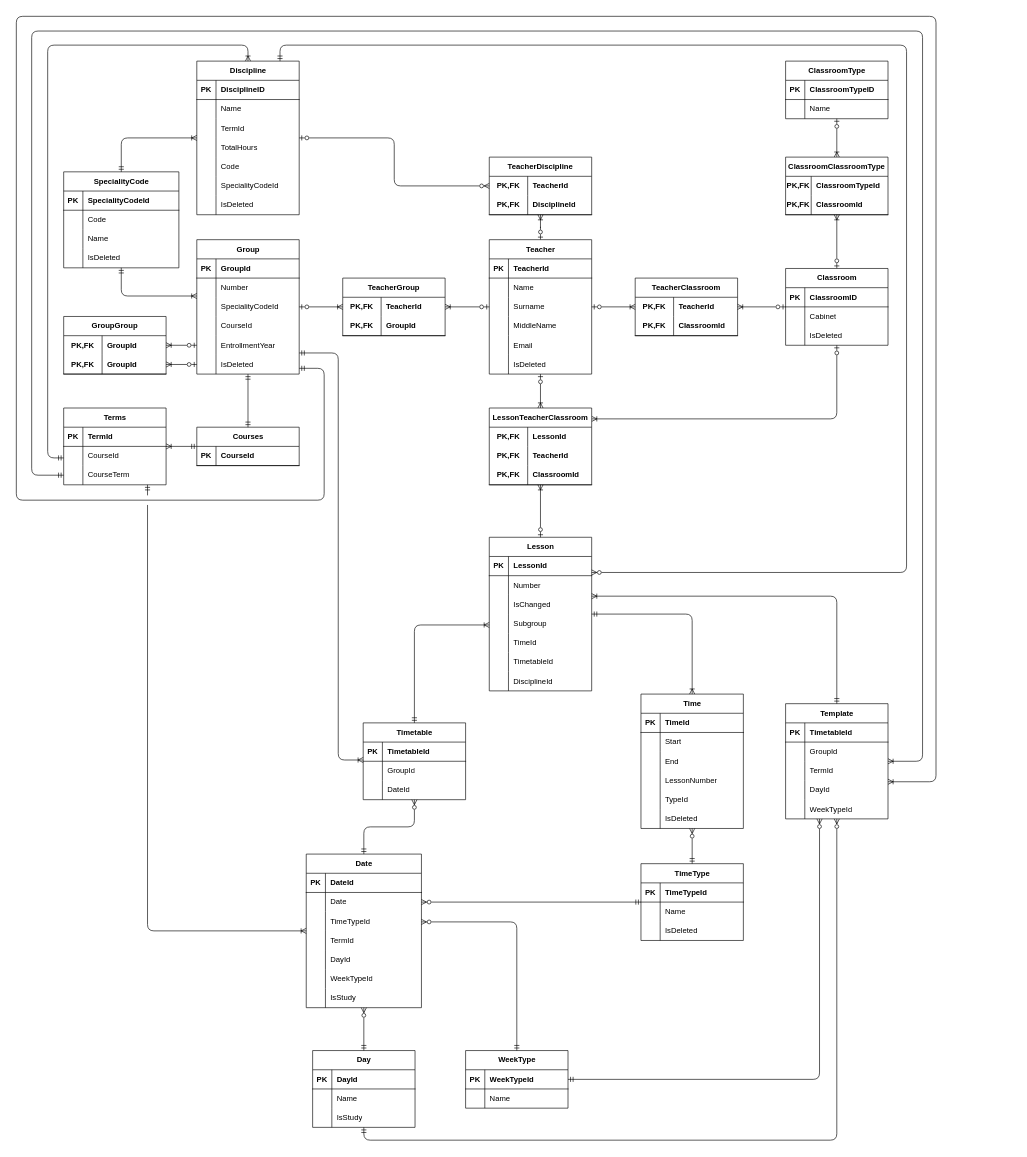
Above: Schedule.drawio in SV3TLuV/Schedule (draw.io), before the change. Source tidied: cells renumbered, new cells numbered last; positions are measured from the earlier drawing's top-left corner, leaving out a move shared by most shapes. Both pictures are drawn from the tidied source at 64%, with x=0, y=0 at pixel (16, 16).
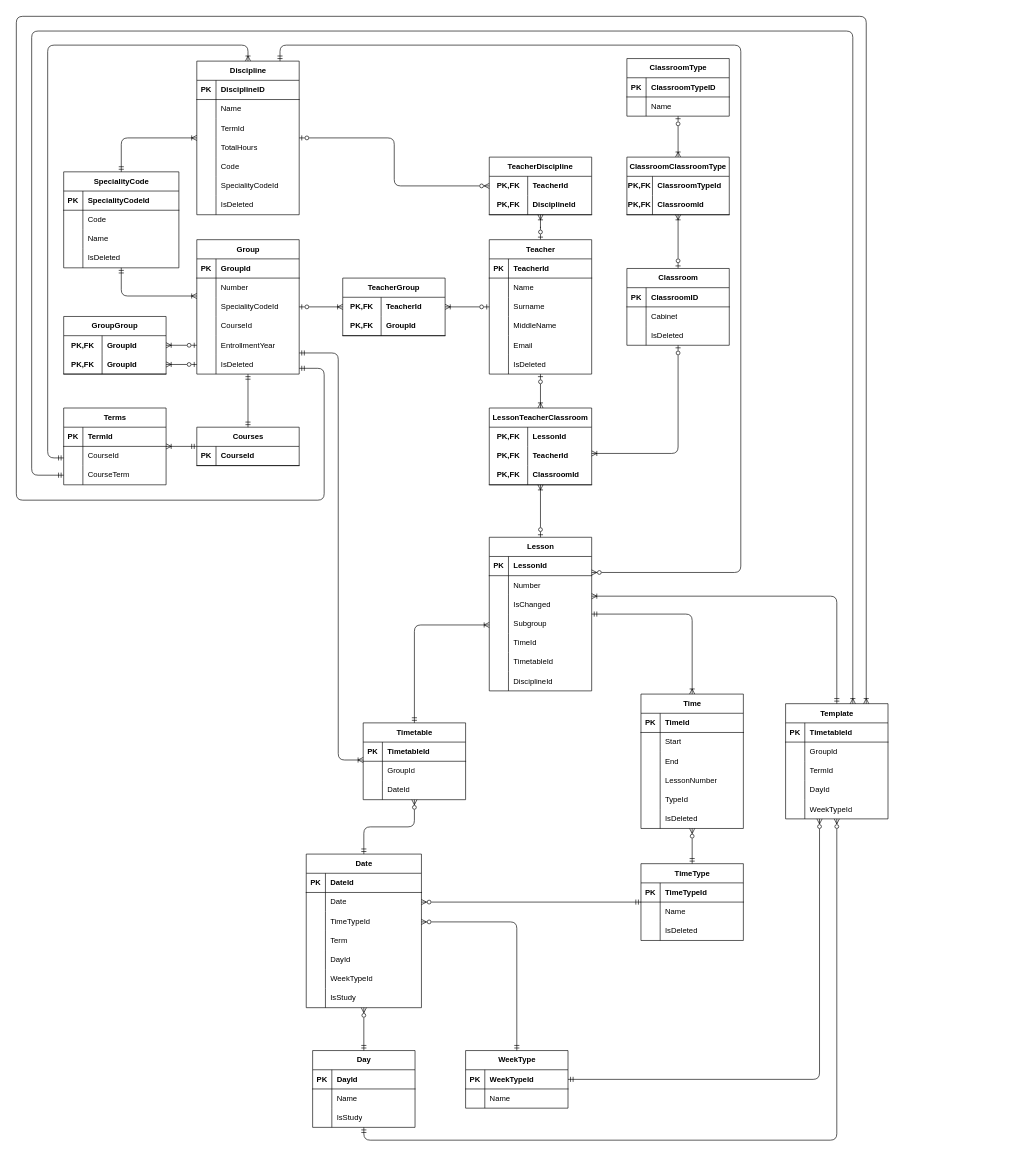
The same diagram, later.

Commit message:
Update database diagram

Unchanged cells that the change refers to:
```xml
<mxCell id="2" value="Group" style="shape=table;startSize=30;childLayout=tableLayout;rowLines=0;fontStyle=1;align=center;html=1;" parent="1" vertex="1">
  <mxGeometry x="282" y="349" width="160" height="210" as="geometry" />
</mxCell>
<mxCell id="29" value="&lt;span style=&quot;background-color: rgb(255, 255, 255);&quot;&gt;Teacher&lt;/span&gt;" style="shape=table;startSize=30;childLayout=tableLayout;rowLines=0;fontStyle=1;align=center;html=1;" parent="1" vertex="1">
  <mxGeometry x="739" y="349" width="160" height="210" as="geometry" />
</mxCell>
<mxCell id="55" value="Discipline" style="shape=table;startSize=30;childLayout=tableLayout;rowLines=0;fontStyle=1;align=center;html=1;" parent="1" vertex="1">
  <mxGeometry x="282" y="70" width="160" height="240" as="geometry" />
</mxCell>
<mxCell id="147" value="Lesson" style="shape=table;startSize=30;childLayout=tableLayout;rowLines=0;fontStyle=1;align=center;html=1;" parent="1" vertex="1">
  <mxGeometry x="739" y="814" width="160" height="240" as="geometry" />
</mxCell>
<mxCell id="201" value="&lt;span style=&quot;background-color: rgb(255, 255, 255);&quot;&gt;Template&lt;/span&gt;" style="shape=table;startSize=30;childLayout=tableLayout;rowLines=0;fontStyle=1;align=center;html=1;" parent="1" vertex="1">
  <mxGeometry x="1202" y="1074" width="160" height="180" as="geometry" />
</mxCell>
<mxCell id="217" value="Date" style="shape=table;startSize=30;childLayout=tableLayout;rowLines=0;fontStyle=1;align=center;html=1;" parent="1" vertex="1">
  <mxGeometry x="453" y="1309" width="180" height="240" as="geometry" />
</mxCell>
<mxCell id="227" style="shape=tableRow;horizontal=0;startSize=0;swimlaneHead=0;swimlaneBody=0;fillColor=none;top=0;left=0;right=0;bottom=0;" parent="217" vertex="1">
  <mxGeometry y="120" width="180" height="30" as="geometry" />
</mxCell>
<mxCell id="261" value="LessonTeacherClassroom" style="shape=table;startSize=30;childLayout=tableLayout;rowLines=0;fontStyle=1;align=center;html=1;whiteSpace=wrap;" parent="1" vertex="1">
  <mxGeometry x="739" y="612" width="160" height="120" as="geometry" />
</mxCell>
<mxCell id="291" value="&lt;span style=&quot;background-color: rgb(255, 255, 255);&quot;&gt;Terms&lt;/span&gt;" style="shape=table;startSize=30;childLayout=tableLayout;rowLines=0;fontStyle=1;align=center;html=1;" parent="1" vertex="1">
  <mxGeometry x="74" y="612" width="160" height="120" as="geometry" />
</mxCell>
```

Diff of the diagram source:
```diff
@@
-    <mxCell id="80" value="TeacherClassroom" style="shape=table;startSize=30;childLayout=tableLayout;rowLines=0;fontStyle=1;align=center;html=1;whiteSpace=wrap;" parent="1" vertex="1">
-      <mxGeometry x="967" y="409" width="160" height="90" as="geometry" />
-    </mxCell>
-    <mxCell id="81" style="shape=tableRow;horizontal=0;startSize=0;swimlaneHead=0;swimlaneBody=0;fillColor=none;top=0;left=0;right=0;bottom=0;html=1;" parent="80" vertex="1">
-      <mxGeometry y="30" width="160" height="30" as="geometry" />
-    </mxCell>
-    <mxCell id="82" value="PK,FK" style="shape=partialRectangle;fillColor=none;top=0;left=0;bottom=0;right=0;fontStyle=1;overflow=hidden;html=1;whiteSpace=wrap;" parent="81" vertex="1">
-      <mxGeometry width="60" height="30" as="geometry" />
-    </mxCell>
-    <mxCell id="83" value="TeacherId" style="shape=partialRectangle;fillColor=none;top=0;left=0;bottom=0;right=0;align=left;spacingLeft=6;fontStyle=1;overflow=hidden;html=1;whiteSpace=wrap;" parent="81" vertex="1">
-      <mxGeometry x="60" width="100" height="30" as="geometry" />
-    </mxCell>
-    <mxCell id="84" style="shape=tableRow;horizontal=0;startSize=0;swimlaneHead=0;swimlaneBody=0;fillColor=none;top=0;left=0;right=0;bottom=1;html=1;" parent="80" vertex="1">
-      <mxGeometry y="60" width="160" height="30" as="geometry" />
-    </mxCell>
-    <mxCell id="85" value="PK,FK" style="shape=partialRectangle;fillColor=none;top=0;left=0;bottom=0;right=0;fontStyle=1;overflow=hidden;html=1;whiteSpace=wrap;" parent="84" vertex="1">
-      <mxGeometry width="60" height="30" as="geometry" />
-    </mxCell>
-    <mxCell id="86" value="ClassroomId" style="shape=partialRectangle;fillColor=none;top=0;left=0;bottom=0;right=0;align=left;spacingLeft=6;fontStyle=1;overflow=hidden;html=1;whiteSpace=wrap;" parent="84" vertex="1">
-      <mxGeometry x="60" width="100" height="30" as="geometry" />
-    </mxCell>
@@
     <mxCell id="88" value="&lt;span style=&quot;background-color: rgb(255, 255, 255);&quot;&gt;Classroom&lt;/span&gt;" style="shape=table;startSize=30;childLayout=tableLayout;rowLines=0;fontStyle=1;align=center;html=1;" parent="1" vertex="1">
-      <mxGeometry x="1202" y="394" width="160" height="120" as="geometry" />
+      <mxGeometry x="954" y="394" width="160" height="120" as="geometry" />
     </mxCell>
@@
     <mxCell id="99" value="ClassroomClassroomType" style="shape=table;startSize=30;childLayout=tableLayout;rowLines=0;fontStyle=1;align=center;html=1;whiteSpace=wrap;" parent="1" vertex="1">
-      <mxGeometry x="1202" y="220" width="160" height="90" as="geometry" />
+      <mxGeometry x="954" y="220" width="160" height="90" as="geometry" />
     </mxCell>
@@
     <mxCell id="106" value="&lt;span style=&quot;background-color: rgb(255, 255, 255);&quot;&gt;ClassroomType&lt;/span&gt;" style="shape=table;startSize=30;childLayout=tableLayout;rowLines=0;fontStyle=1;align=center;html=1;" parent="1" vertex="1">
-      <mxGeometry x="1202" y="70" width="160" height="90" as="geometry" />
+      <mxGeometry x="954" y="66" width="160" height="90" as="geometry" />
     </mxCell>
@@
-    <mxCell id="113" style="edgeStyle=orthogonalEdgeStyle;jettySize=auto;html=1;endArrow=ERoneToMany;endFill=0;startArrow=ERzeroToOne;startFill=0;jumpStyle=gap;shadow=0;rounded=1;" parent="1" edge="1" source="88" target="80">
-      <mxGeometry relative="1" as="geometry" />
-    </mxCell>
-    <mxCell id="114" style="edgeStyle=orthogonalEdgeStyle;jettySize=auto;html=1;endArrow=ERoneToMany;endFill=0;startArrow=ERzeroToOne;startFill=0;jumpStyle=gap;shadow=0;rounded=1;" parent="1" edge="1" source="29" target="80">
-      <mxGeometry relative="1" as="geometry" />
-    </mxCell>
@@
     <mxCell id="197" style="edgeStyle=orthogonalEdgeStyle;jettySize=auto;html=1;endArrow=ERmandOne;endFill=0;startArrow=ERzeroToMany;startFill=0;jumpStyle=gap;shadow=0;rounded=1;" parent="1" edge="1" source="147" target="55">
       <mxGeometry relative="1" as="geometry">
         <Array as="points">
-          <mxPoint x="1391" y="869" />
-          <mxPoint x="1391" y="45" />
+          <mxPoint x="1132" y="869" />
+          <mxPoint x="1132" y="45" />
           <mxPoint x="412" y="45" />
         </Array>
       </mxGeometry>
     </mxCell>
@@
-    <mxCell id="229" value="TermId" style="shape=partialRectangle;fillColor=none;top=0;left=0;bottom=0;right=0;align=left;spacingLeft=6;overflow=hidden;whiteSpace=wrap;html=1;" parent="227" vertex="1">
+    <mxCell id="229" value="Term" style="shape=partialRectangle;fillColor=none;top=0;left=0;bottom=0;right=0;align=left;spacingLeft=6;overflow=hidden;whiteSpace=wrap;html=1;" parent="227" vertex="1">
       <mxGeometry x="30" width="150" height="30" as="geometry" />
     </mxCell>
@@
     <mxCell id="243" style="edgeStyle=orthogonalEdgeStyle;jettySize=auto;html=1;endArrow=ERmandOne;endFill=0;startArrow=ERoneToMany;startFill=0;jumpStyle=gap;jumpSize=15;shadow=0;rounded=1;" parent="1" edge="1" source="201" target="2">
       <mxGeometry relative="1" as="geometry">
         <Array as="points">
-          <mxPoint x="1437" y="1196" />
-          <mxPoint x="1437" />
+          <mxPoint x="1328" />
           <mxPoint />
           <mxPoint y="756" />
           <mxPoint x="481" y="756" />
           <mxPoint x="481" y="550" />
         </Array>
       </mxGeometry>
     </mxCell>
@@
     <mxCell id="260" style="edgeStyle=orthogonalEdgeStyle;jettySize=auto;html=1;endArrow=ERzeroToOne;endFill=0;startArrow=ERoneToMany;startFill=0;jumpStyle=gap;shadow=0;rounded=1;" parent="1" edge="1" source="261" target="88">
       <mxGeometry relative="1" as="geometry">
         <Array as="points">
-          <mxPoint x="1282" y="629" />
+          <mxPoint x="1034" y="683" />
         </Array>
       </mxGeometry>
     </mxCell>
@@
     <mxCell id="289" style="edgeStyle=orthogonalEdgeStyle;jettySize=auto;html=1;endArrow=ERoneToMany;endFill=0;startArrow=ERmandOne;startFill=0;jumpStyle=gap;shadow=0;rounded=1;" parent="1" edge="1" source="291" target="201">
       <mxGeometry relative="1" as="geometry">
         <Array as="points">
           <mxPoint x="24" y="717" />
           <mxPoint x="24" y="23" />
-          <mxPoint x="1416" y="23" />
-          <mxPoint x="1416" y="1164" />
+          <mxPoint x="1307" y="23" />
         </Array>
       </mxGeometry>
     </mxCell>
-    <mxCell id="290" style="edgeStyle=orthogonalEdgeStyle;jettySize=auto;html=1;endArrow=ERoneToMany;endFill=0;startArrow=ERmandOne;startFill=0;jumpStyle=gap;jumpSize=15;shadow=0;rounded=1;" parent="1" edge="1" source="291" target="217">
-      <mxGeometry relative="1" as="geometry">
-        <Array as="points">
-          <mxPoint x="205" y="1429" />
-        </Array>
-      </mxGeometry>
-    </mxCell>
```
